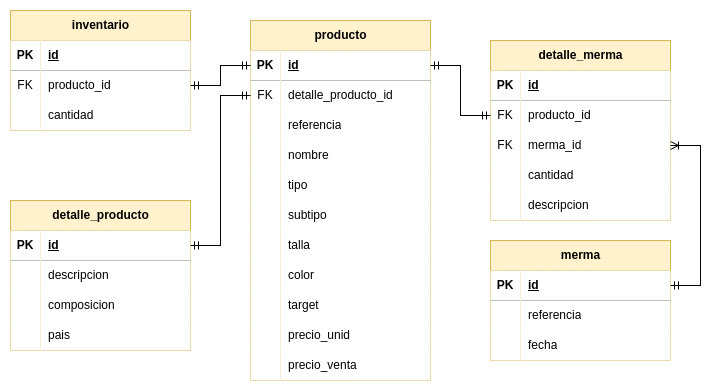
Earlier version of the draw.io export Diagramas/DB/Inventario.png (Gilgamesh06/Ecommerce). Source tidied: cells renumbered, new cells last; positions are measured from the earlier drawing's top-left corner, leaving out a move shared by most shapes.
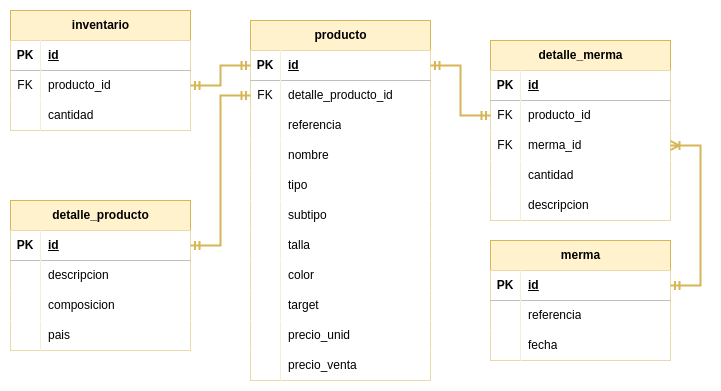
After the change.

Diff of the diagram source:
```diff
@@ -212,13 +212,13 @@
     <mxCell id="71" value="descripcion" style="shape=partialRectangle;top=0;left=0;bottom=0;right=0;align=left;spacingLeft=6;overflow=hidden;whiteSpace=wrap;html=1;" parent="69" vertex="1">
       <mxGeometry x="30" width="150" height="30" as="geometry" />
     </mxCell>
-    <mxCell id="72" style="edgeStyle=entityRelationEdgeStyle;fontSize=12;html=1;endArrow=ERmandOne;startArrow=ERmandOne;rounded=0;exitX=1;exitY=0.5;exitDx=0;exitDy=0;entryX=0;entryY=0.5;entryDx=0;entryDy=0;" parent="1" edge="1" source="40" target="3">
+    <mxCell id="72" style="edgeStyle=entityRelationEdgeStyle;fontSize=12;html=1;endArrow=ERmandOne;startArrow=ERmandOne;rounded=0;exitX=1;exitY=0.5;exitDx=0;exitDy=0;entryX=0;entryY=0.5;entryDx=0;entryDy=0;strokeWidth=2;fillColor=#fff2cc;strokeColor=#d6b656;" parent="1" edge="1" source="40" target="3">
       <mxGeometry relative="1" as="geometry" />
     </mxCell>
-    <mxCell id="73" style="edgeStyle=entityRelationEdgeStyle;fontSize=12;html=1;endArrow=ERoneToMany;startArrow=ERmandOne;rounded=0;" parent="1" edge="1" source="47" target="63">
+    <mxCell id="73" style="edgeStyle=entityRelationEdgeStyle;fontSize=12;html=1;endArrow=ERoneToMany;startArrow=ERmandOne;rounded=0;strokeWidth=2;fillColor=#fff2cc;strokeColor=#d6b656;" parent="1" edge="1" source="47" target="63">
       <mxGeometry relative="1" as="geometry" />
     </mxCell>
-    <mxCell id="74" style="edgeStyle=entityRelationEdgeStyle;fontSize=12;html=1;endArrow=ERmandOne;startArrow=ERmandOne;rounded=0;entryX=0;entryY=0.5;entryDx=0;entryDy=0;exitX=1;exitY=0.5;exitDx=0;exitDy=0;" parent="1" edge="1" source="3" target="60">
+    <mxCell id="74" style="edgeStyle=entityRelationEdgeStyle;fontSize=12;html=1;endArrow=ERmandOne;startArrow=ERmandOne;rounded=0;entryX=0;entryY=0.5;entryDx=0;entryDy=0;exitX=1;exitY=0.5;exitDx=0;exitDy=0;strokeWidth=2;fillColor=#fff2cc;strokeColor=#d6b656;" parent="1" edge="1" source="3" target="60">
       <mxGeometry relative="1" as="geometry">
         <Array as="points">
           <mxPoint x="460" y="52.5" />
@@ -266,7 +266,7 @@
     <mxCell id="87" value="pais" style="shape=partialRectangle;fillColor=default;top=0;left=0;bottom=0;right=0;align=left;spacingLeft=6;overflow=hidden;whiteSpace=wrap;html=1;" parent="85" vertex="1">
       <mxGeometry x="30" width="150" height="30" as="geometry" />
     </mxCell>
-    <mxCell id="88" style="edgeStyle=entityRelationEdgeStyle;fontSize=12;html=1;endArrow=ERmandOne;startArrow=ERmandOne;rounded=0;entryX=0;entryY=0.5;entryDx=0;entryDy=0;exitX=1;exitY=0.5;exitDx=0;exitDy=0;" parent="1" edge="1" source="76" target="6">
+    <mxCell id="88" style="edgeStyle=entityRelationEdgeStyle;fontSize=12;html=1;endArrow=ERmandOne;startArrow=ERmandOne;rounded=0;entryX=0;entryY=0.5;entryDx=0;entryDy=0;exitX=1;exitY=0.5;exitDx=0;exitDy=0;fillColor=#fff2cc;strokeColor=#d6b656;strokeWidth=2;" parent="1" edge="1" source="76" target="6">
       <mxGeometry relative="1" as="geometry" />
     </mxCell>
   </root>
```
